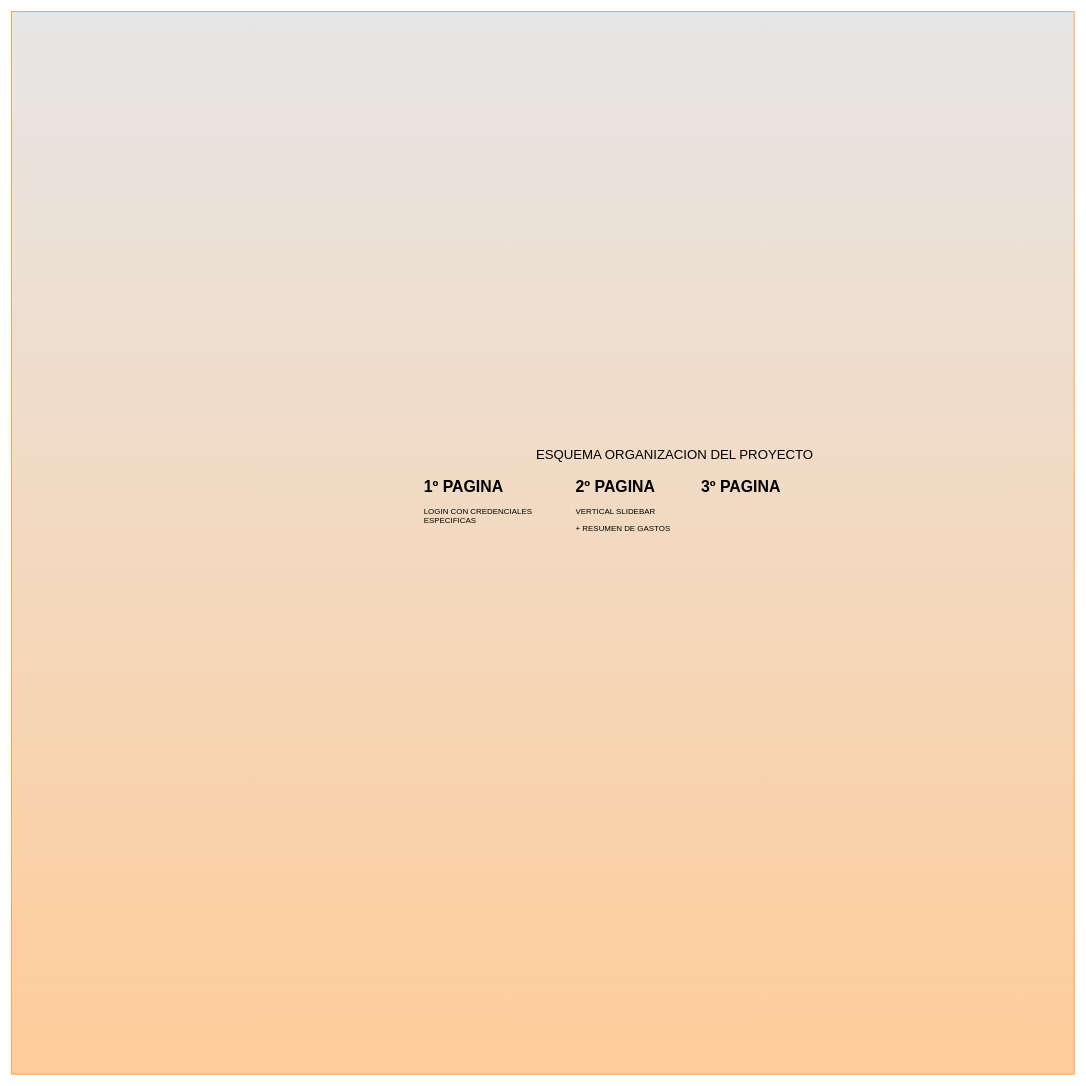
Before: page "RESUMEN" (1 of 7) of PROYECTO DECOTECNIC/esquema.drawio in GonzaloRuizC/PROJECTODECOTECNIC, a draw.io diagram. Source tidied: cells renumbered, new cells numbered last; positions are measured from the earlier drawing's top-left corner, leaving out a move shared by most shapes. Both pictures are drawn from the tidied source at 66%, with x=0, y=0 at pixel (11, 11).
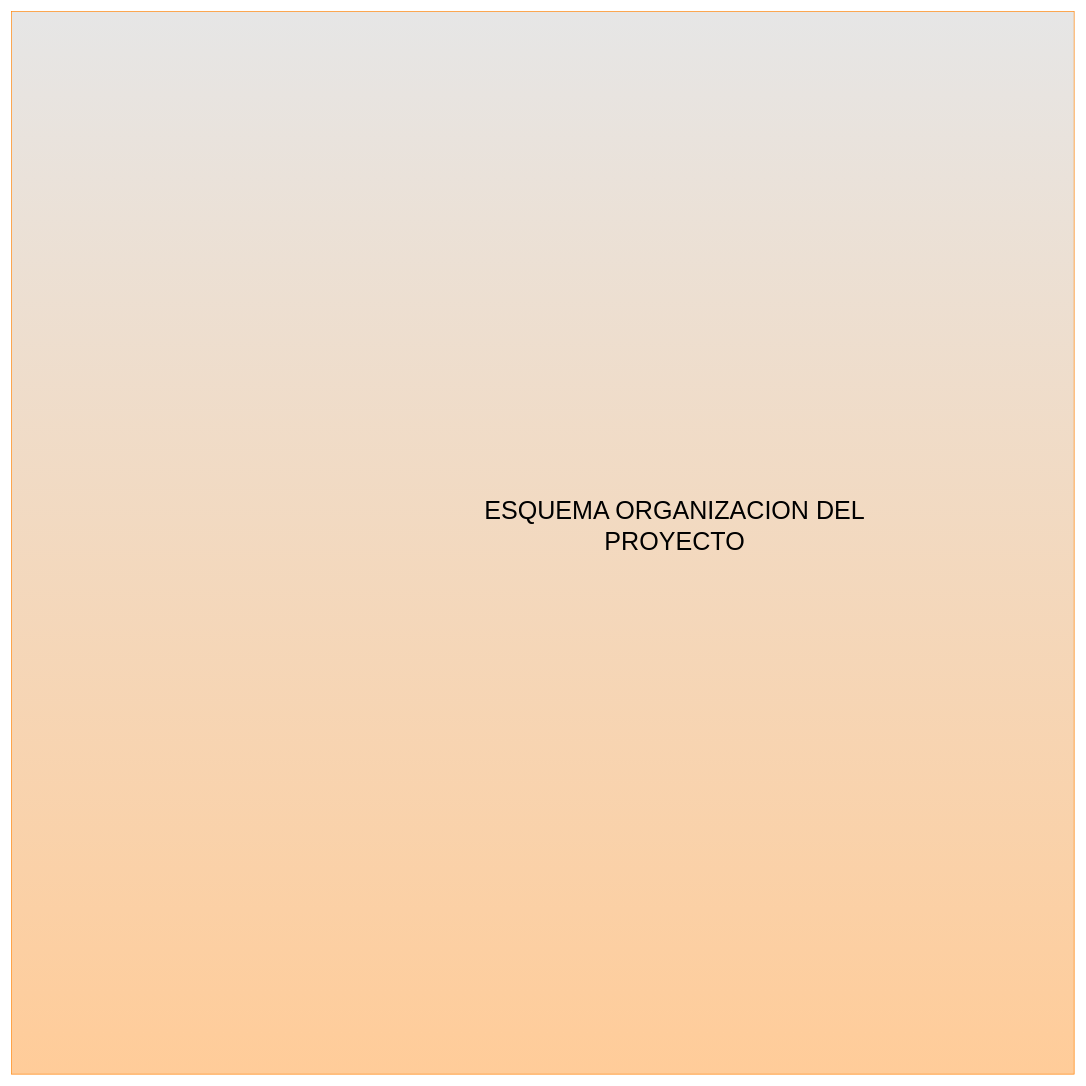
The same diagram, later.

The edit, as a diff of the source:
```diff
@@
 <mxGraphModel>
   <root>
     <mxCell id="0" />
     <mxCell id="1" parent="0" />
     <mxCell id="2" style="whiteSpace=wrap;html=1;labelBackgroundColor=none;fontSize=13;strokeColor=#FF8000;fillColor=#E6E6E6;gradientColor=#FFCC99;" parent="1" vertex="1">
       <mxGeometry width="1610" height="1610" as="geometry" />
     </mxCell>
-    <mxCell id="3" value="&lt;font style=&quot;font-size: 20px&quot;&gt;ESQUEMA ORGANIZACION DEL PROYECTO&lt;/font&gt;" style="text;html=1;strokeColor=none;fillColor=none;align=center;verticalAlign=middle;whiteSpace=wrap;rounded=0;" parent="1" vertex="1">
-      <mxGeometry x="700" y="660" width="610" height="20" as="geometry" />
+    <mxCell id="3" value="&lt;font style=&quot;font-size: 38px&quot;&gt;ESQUEMA ORGANIZACION DEL PROYECTO&lt;/font&gt;" style="text;html=1;strokeColor=none;fillColor=none;align=center;verticalAlign=middle;whiteSpace=wrap;rounded=0;" parent="1" vertex="1">
+      <mxGeometry x="700" y="660" width="610" height="240" as="geometry" />
     </mxCell>
-    <mxCell id="4" value="&lt;h1&gt;1º PAGINA&lt;/h1&gt;&lt;p&gt;LOGIN CON CREDENCIALES ESPECIFICAS&lt;/p&gt;" style="text;html=1;strokeColor=none;fillColor=none;spacing=5;spacingTop=-20;whiteSpace=wrap;overflow=hidden;rounded=0;" parent="1" vertex="1">
-      <mxGeometry x="620" y="700" width="240" height="120" as="geometry" />
-    </mxCell>
-    <mxCell id="5" value="&lt;h1&gt;2º PAGINA&lt;/h1&gt;&lt;p&gt;VERTICAL SLIDEBAR&lt;/p&gt;&lt;p&gt;+ RESUMEN DE GASTOS&lt;/p&gt;" style="text;html=1;strokeColor=none;fillColor=none;spacing=5;spacingTop=-20;whiteSpace=wrap;overflow=hidden;rounded=0;" parent="1" vertex="1">
-      <mxGeometry x="850" y="700" width="190" height="120" as="geometry" />
-    </mxCell>
-    <mxCell id="6" value="&lt;h1&gt;3º PAGINA&lt;/h1&gt;&lt;p&gt;&lt;br&gt;&lt;/p&gt;" style="text;html=1;strokeColor=none;fillColor=none;spacing=5;spacingTop=-20;whiteSpace=wrap;overflow=hidden;rounded=0;" parent="1" vertex="1">
-      <mxGeometry x="1040" y="700" width="190" height="120" as="geometry" />
-    </mxCell>
   </root>
 </mxGraphModel>
```
